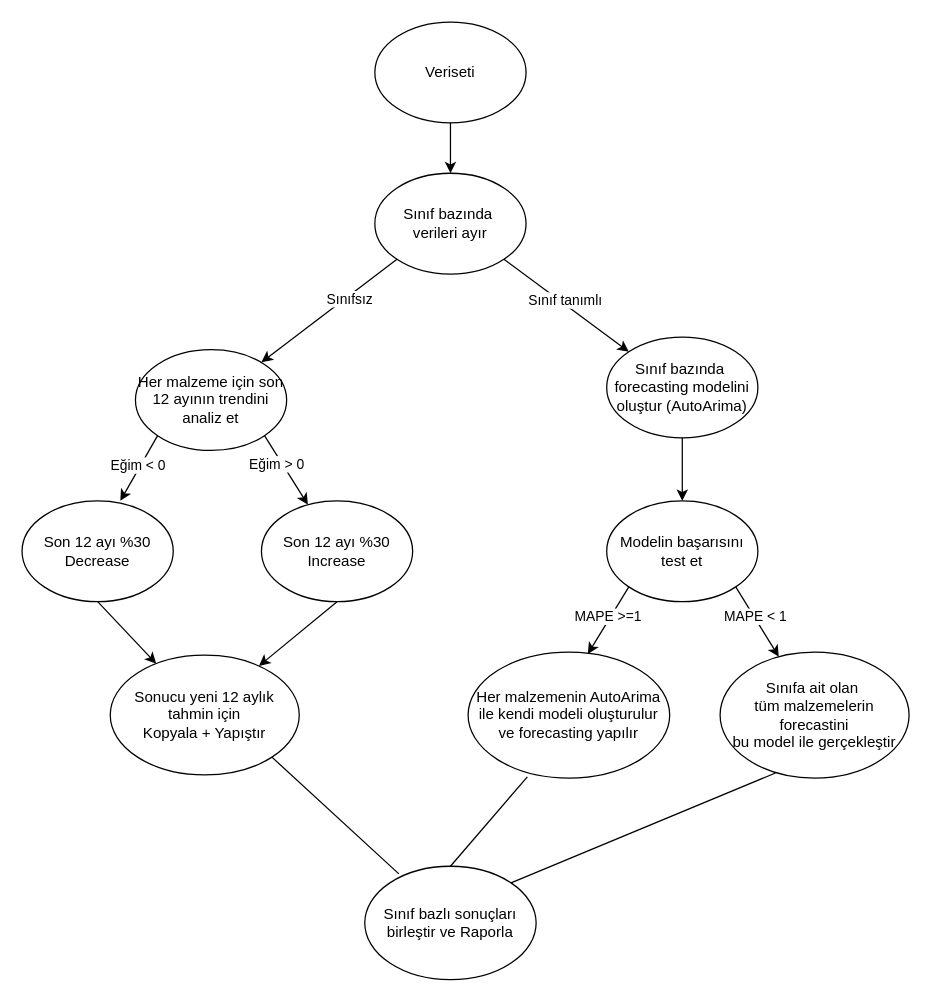
The draw.io diagram forecastDiagram.drawio in EgehanEralp/diagrams, before the edit. Source tidied: cells renumbered, new cells numbered last; positions are measured from the earlier drawing's top-left corner, leaving out a move shared by most shapes. Both pictures are drawn from the tidied source at 126%, with x=0, y=0 at pixel (21, 21).
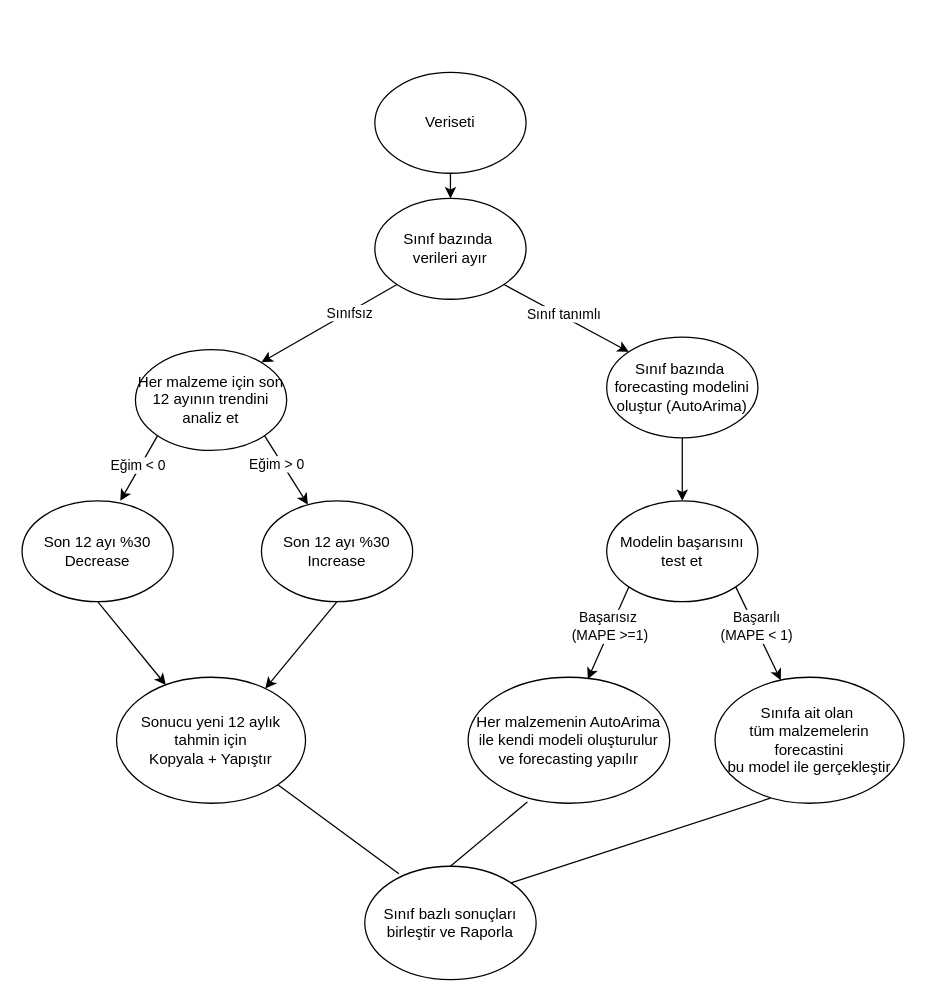
The same page after the edit.

Unchanged cells that the change refers to:
```xml
<mxCell id="24" style="endArrow=classic;html=1;exitX=0;exitY=1;exitDx=0;exitDy=0;entryX=0.594;entryY=0.015;entryDx=0;entryDy=0;entryPerimeter=0;" parent="1" edge="1" source="5" target="11">
  <mxGeometry relative="1" as="geometry" />
</mxCell>
<mxCell id="26" style="endArrow=classic;html=1;exitX=1;exitY=1;exitDx=0;exitDy=0;" parent="1" edge="1" source="5" target="6">
  <mxGeometry relative="1" as="geometry" />
</mxCell>
```

Diff of the diagram source:
```diff
@@
     <mxCell id="2" value="Veriseti" style="ellipse;whiteSpace=wrap;html=1;" parent="1" vertex="1">
-      <mxGeometry x="280" width="120" height="80" as="geometry" />
+      <mxGeometry x="280" y="40" width="120" height="80" as="geometry" />
     </mxCell>
     <mxCell id="3" value="Sınıf bazında&amp;nbsp;&lt;br&gt;verileri ayır" style="ellipse;whiteSpace=wrap;html=1;" parent="1" vertex="1">
-      <mxGeometry x="280" y="120" width="120" height="80" as="geometry" />
+      <mxGeometry x="280" y="140" width="120" height="80" as="geometry" />
     </mxCell>
@@
     <mxCell id="6" value="Sınıfa ait olan&amp;nbsp;&lt;br&gt;tüm malzemelerin&lt;br&gt;forecastini&lt;br&gt;bu model ile gerçekleştir" style="ellipse;whiteSpace=wrap;html=1;" parent="1" vertex="1">
-      <mxGeometry x="554" y="500" width="150" height="100" as="geometry" />
+      <mxGeometry x="550" y="520" width="150" height="100" as="geometry" />
     </mxCell>
@@
     <mxCell id="10" value="Sonucu yeni 12 aylık tahmin için &lt;br&gt;Kopyala + Yapıştır" style="ellipse;whiteSpace=wrap;html=1;" parent="1" vertex="1">
-      <mxGeometry x="70" y="502.5" width="150" height="95" as="geometry" />
+      <mxGeometry x="75" y="520" width="150" height="100" as="geometry" />
     </mxCell>
     <mxCell id="11" value="Her malzemenin AutoArima ile kendi modeli oluşturulur ve forecasting yapılır" style="ellipse;whiteSpace=wrap;html=1;" parent="1" vertex="1">
-      <mxGeometry x="354" y="500" width="160" height="100" as="geometry" />
+      <mxGeometry x="354" y="520" width="160" height="100" as="geometry" />
     </mxCell>
@@
-    <mxCell id="25" value="MAPE &amp;gt;=1" style="edgeLabel;html=1;align=center;verticalAlign=middle;" parent="24" vertex="1">
+    <mxCell id="25" value="Başarısız&lt;br&gt;&amp;nbsp;(MAPE &amp;gt;=1)" style="edgeLabel;html=1;align=center;verticalAlign=middle;" parent="24" vertex="1">
       <mxGeometry x="-0.19" y="-3" relative="1" as="geometry">
         <mxPoint x="-1" y="3" as="offset" />
       </mxGeometry>
     </mxCell>
@@
-    <mxCell id="27" value="MAPE &amp;lt; 1" style="edgeLabel;html=1;align=center;verticalAlign=middle;" parent="26" vertex="1">
+    <mxCell id="27" value="Başarılı &lt;br&gt;(MAPE &amp;lt; 1)" style="edgeLabel;html=1;align=center;verticalAlign=middle;" parent="26" vertex="1">
       <mxGeometry x="-0.07" y="-3" relative="1" as="geometry">
         <mxPoint x="2" y="-4" as="offset" />
       </mxGeometry>
     </mxCell>
```
